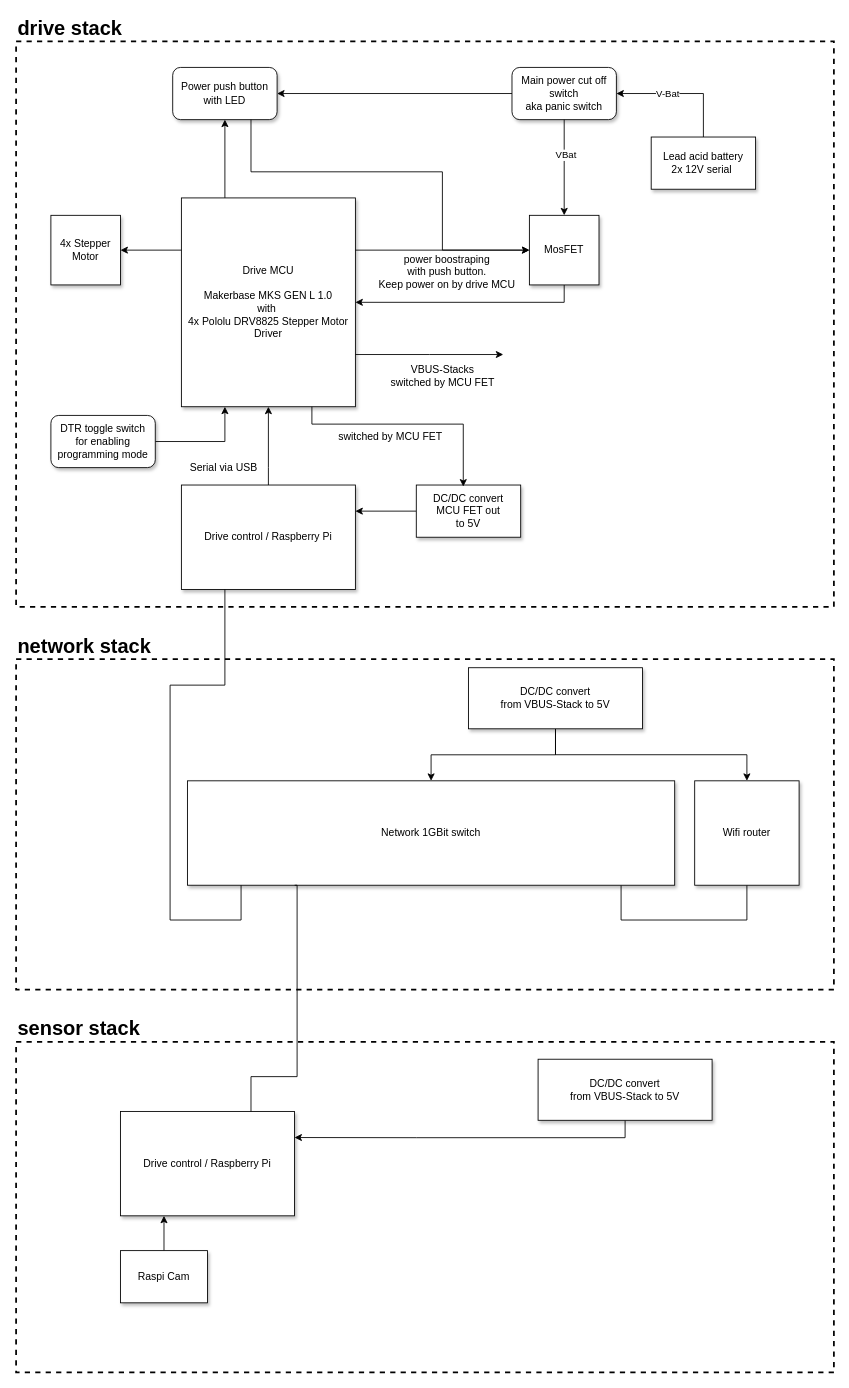
Earlier version of the draw.io diagram doc/wiki_images/overview.drawio (hackffm/SpaceShuttle). Source tidied: cells renumbered, new cells numbered last; positions are measured from the earlier drawing's top-left corner, leaving out a move shared by most shapes. Both pictures are drawn from the tidied source at 87%, with x=0, y=0 at pixel (16, 15).
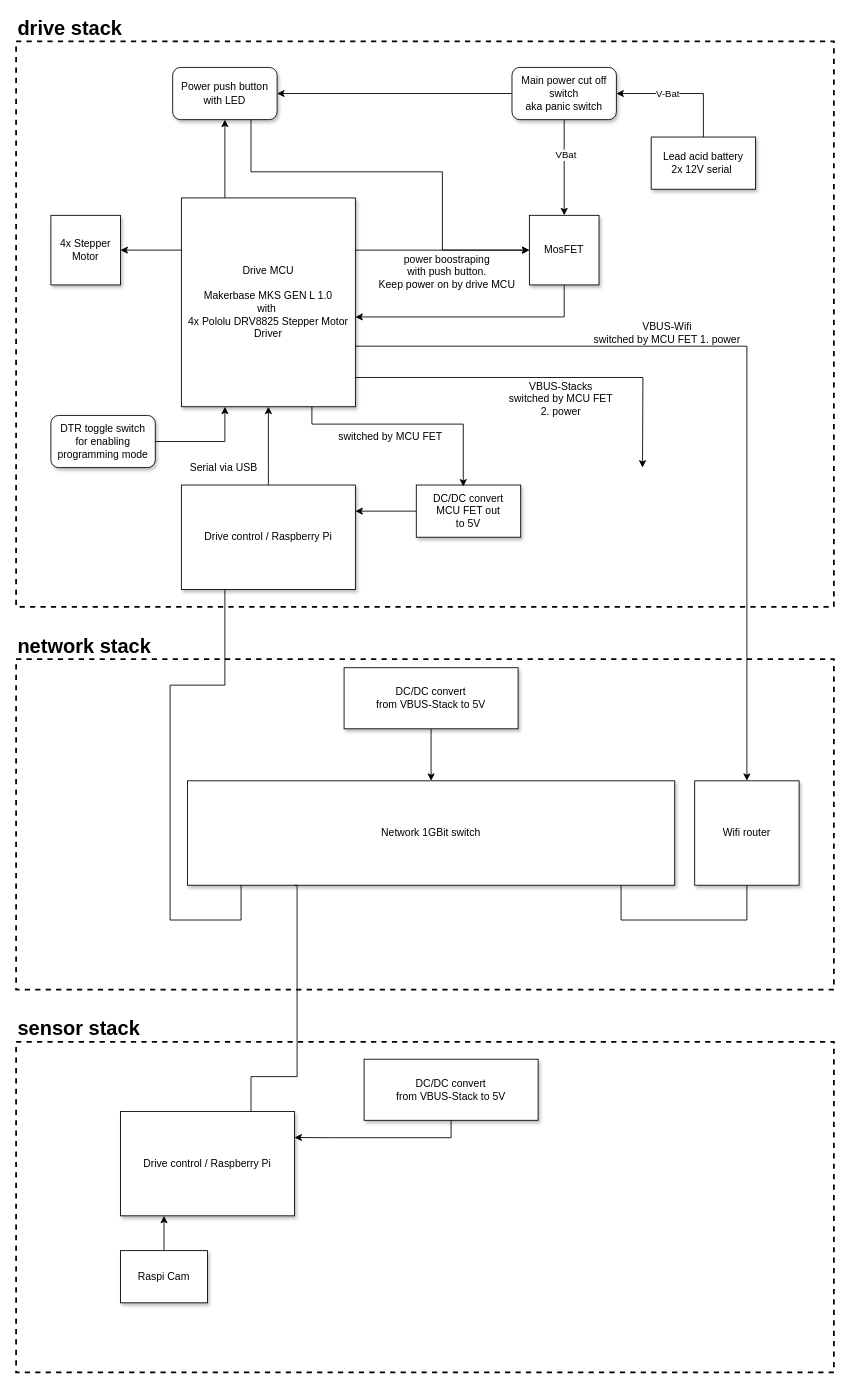
The same page after the edit.

Unchanged cells that the change refers to:
```xml
<mxCell id="2" style="rounded=0;whiteSpace=wrap;html=1;shadow=0;fillColor=none;dashed=1;strokeWidth=2;" parent="1" vertex="1">
  <mxGeometry y="740" width="940" height="380" as="geometry" />
</mxCell>
<mxCell id="8" value="Wifi router" style="rounded=0;whiteSpace=wrap;html=1;shadow=1;glass=0;fontSize=12;strokeColor=default;strokeWidth=1;fillColor=default;" parent="2" vertex="1">
  <mxGeometry x="780" y="140" width="120" height="120" as="geometry" />
</mxCell>
<mxCell id="12" style="rounded=0;whiteSpace=wrap;html=1;shadow=0;fillColor=none;dashed=1;strokeWidth=2;" parent="11" vertex="1">
  <mxGeometry width="940" height="650" as="geometry" />
</mxCell>
<mxCell id="24" value="MosFET" style="whiteSpace=wrap;html=1;shadow=1;" parent="12" vertex="1">
  <mxGeometry x="590" y="200" width="80" height="80" as="geometry" />
</mxCell>
<mxCell id="40" style="rounded=0;whiteSpace=wrap;html=1;shadow=0;fillColor=none;dashed=1;strokeWidth=2;" parent="1" vertex="1">
  <mxGeometry y="1180" width="940" height="380" as="geometry" />
</mxCell>
```

What changed in the source:
```diff
@@
-    <mxCell id="6" style="edgeStyle=orthogonalEdgeStyle;rounded=0;jettySize=auto;html=1;exitX=0.5;exitY=1;exitDx=0;exitDy=0;fontSize=12;" parent="2" edge="1" source="7" target="8">
-      <mxGeometry relative="1" as="geometry">
-        <Array as="points">
-          <mxPoint x="620" y="110" />
-          <mxPoint x="840" y="110" />
-        </Array>
-      </mxGeometry>
-    </mxCell>
     <mxCell id="7" value="DC/DC convert &lt;br&gt;from VBUS-Stack to 5V" style="rounded=0;whiteSpace=wrap;html=1;shadow=1;" parent="2" vertex="1">
-      <mxGeometry x="520" y="10" width="200" height="70.2" as="geometry" />
+      <mxGeometry x="377" y="10" width="200" height="70.2" as="geometry" />
     </mxCell>
@@
-    <mxCell id="15" value="Drive MCU&lt;br&gt;&lt;br&gt;Makerbase MKS GEN L 1.0&lt;br&gt;with&amp;nbsp;&lt;br&gt;4x Pololu DRV8825 Stepper Motor Driver" style="rounded=0;whiteSpace=wrap;html=1;shadow=1;" parent="12" vertex="1">
+    <mxCell id="15" value="Drive MCU&lt;br&gt;&lt;br&gt;Makerbase MKS GEN L 1.0&lt;br&gt;with&amp;nbsp;&lt;br&gt;4x Pololu DRV8825 Stepper Motor Driver" style="rounded=0;whiteSpace=wrap;html=1;shadow=1;points=[[0,0,0,0,0],[0,0.25,0,0,0],[0,0.5,0,0,0],[0,0.75,0,0,0],[0,1,0,0,0],[0.25,0,0,0,0],[0.25,1,0,0,0],[0.5,0,0,0,0],[0.5,1,0,0,0],[0.75,0,0,0,0],[0.75,1,0,0,0],[1,0,0,0,0],[1,0.14,0,0,0],[1,0.29,0,0,0],[1,0.43,0,0,0],[1,0.57,0,0,0],[1,0.71,0,0,0],[1,0.86,0,0,0],[1,1,0,0,0]];" parent="12" vertex="1">
       <mxGeometry x="190" y="180" width="200" height="240" as="geometry" />
     </mxCell>
@@
-    <mxCell id="23" style="edgeStyle=orthogonalEdgeStyle;rounded=0;jettySize=auto;html=1;exitX=0.5;exitY=1;exitDx=0;exitDy=0;fontSize=23;" parent="12" edge="1" source="24" target="15">
-      <mxGeometry relative="1" as="geometry">
-        <Array as="points">
-          <mxPoint x="630" y="300" />
-        </Array>
-      </mxGeometry>
+    <mxCell id="23" style="edgeStyle=orthogonalEdgeStyle;rounded=0;jettySize=auto;html=1;exitX=0.5;exitY=1;exitDx=0;exitDy=0;entryX=1;entryY=0.57;entryDx=0;entryDy=0;entryPerimeter=0;" parent="12" edge="1" source="24" target="15">
+      <mxGeometry relative="1" as="geometry" />
     </mxCell>
@@
+    <mxCell id="38" value="&lt;div&gt;switched by MCU FET&lt;br&gt;&lt;/div&gt;" style="text;html=1;align=center;verticalAlign=middle;strokeColor=none;fillColor=none;" parent="12" vertex="1">
+      <mxGeometry x="365" y="445" width="130" height="20" as="geometry" />
+    </mxCell>
-    <mxCell id="37" value="&lt;div&gt;VBUS-Stacks&lt;/div&gt;&lt;div&gt;switched by MCU FET&lt;br&gt;&lt;/div&gt;" style="text;html=1;align=center;verticalAlign=middle;strokeColor=none;fillColor=none;" parent="12" vertex="1">
-      <mxGeometry x="425" y="370" width="130" height="30" as="geometry" />
+    <mxCell id="37" value="&lt;div&gt;VBUS-Stacks&lt;/div&gt;&lt;div&gt;switched by MCU FET&lt;br&gt;&lt;/div&gt;&lt;div&gt;2. power&lt;/div&gt;" style="text;html=1;align=center;verticalAlign=middle;strokeColor=none;fillColor=none;" parent="12" vertex="1">
+      <mxGeometry x="561" y="386" width="130" height="50" as="geometry" />
     </mxCell>
-    <mxCell id="38" value="&lt;div&gt;switched by MCU FET&lt;br&gt;&lt;/div&gt;" style="text;html=1;align=center;verticalAlign=middle;strokeColor=none;fillColor=none;" parent="12" vertex="1">
-      <mxGeometry x="365" y="445" width="130" height="20" as="geometry" />
-    </mxCell>
+    <mxCell id="50" value="&lt;div&gt;VBUS-Wifi&lt;/div&gt;&lt;div&gt;switched by MCU FET 1. power&lt;/div&gt;" style="text;html=1;align=center;verticalAlign=middle;strokeColor=none;fillColor=none;" parent="12" vertex="1">
+      <mxGeometry x="658" y="320" width="180" height="30" as="geometry" />
+    </mxCell>
@@
     <mxCell id="42" value="DC/DC convert &lt;br&gt;from VBUS-Stack to 5V" style="rounded=0;whiteSpace=wrap;html=1;shadow=1;" parent="40" vertex="1">
-      <mxGeometry x="600" y="20" width="200" height="70.2" as="geometry" />
+      <mxGeometry x="400" y="20" width="200" height="70.2" as="geometry" />
     </mxCell>
@@
-    <mxCell id="49" style="edgeStyle=orthogonalEdgeStyle;rounded=0;jettySize=auto;html=1;exitX=1;exitY=0.75;exitDx=0;exitDy=0;" parent="1" edge="1" source="15">
-      <mxGeometry relative="1" as="geometry">
-        <mxPoint x="560" y="390" as="targetPoint" />
-      </mxGeometry>
-    </mxCell>
+    <mxCell id="51" style="edgeStyle=orthogonalEdgeStyle;rounded=0;jettySize=auto;html=1;exitX=1;exitY=0.86;exitDx=0;exitDy=0;exitPerimeter=0;" parent="1" edge="1" source="15">
+      <mxGeometry relative="1" as="geometry">
+        <mxPoint x="720" y="520" as="targetPoint" />
+      </mxGeometry>
+    </mxCell>
+    <mxCell id="52" style="edgeStyle=orthogonalEdgeStyle;rounded=0;jettySize=auto;html=1;exitX=1;exitY=0.71;exitDx=0;exitDy=0;exitPerimeter=0;entryX=0.5;entryY=0;entryDx=0;entryDy=0;" parent="1" edge="1" source="15" target="8">
+      <mxGeometry relative="1" as="geometry" />
+    </mxCell>
```
